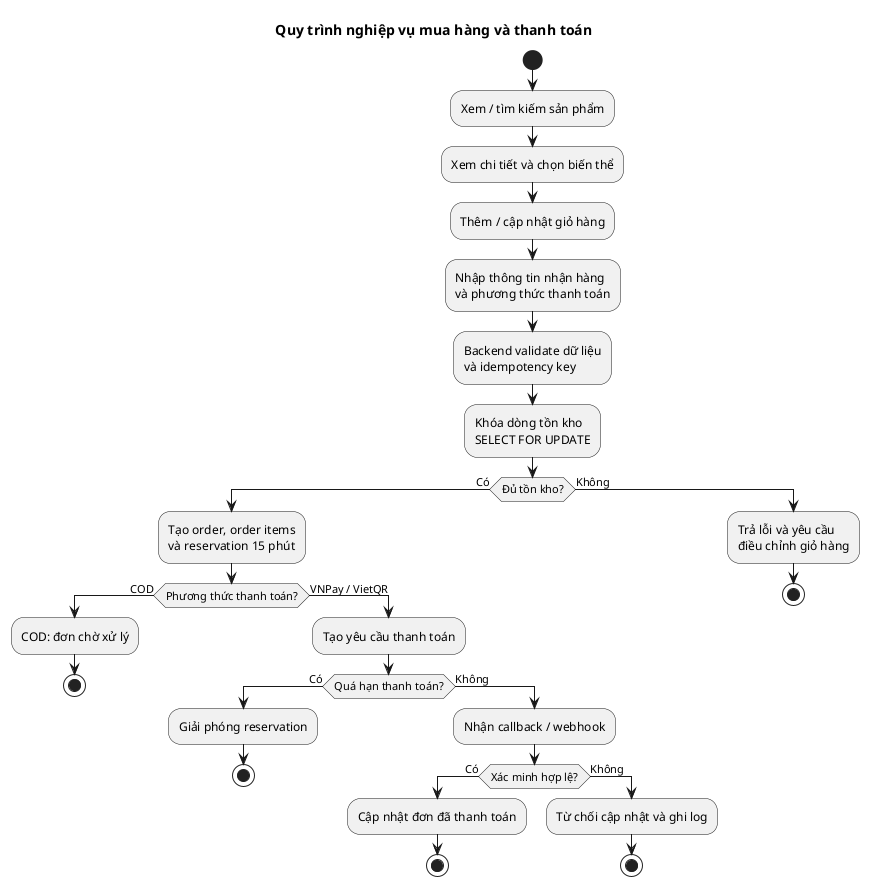
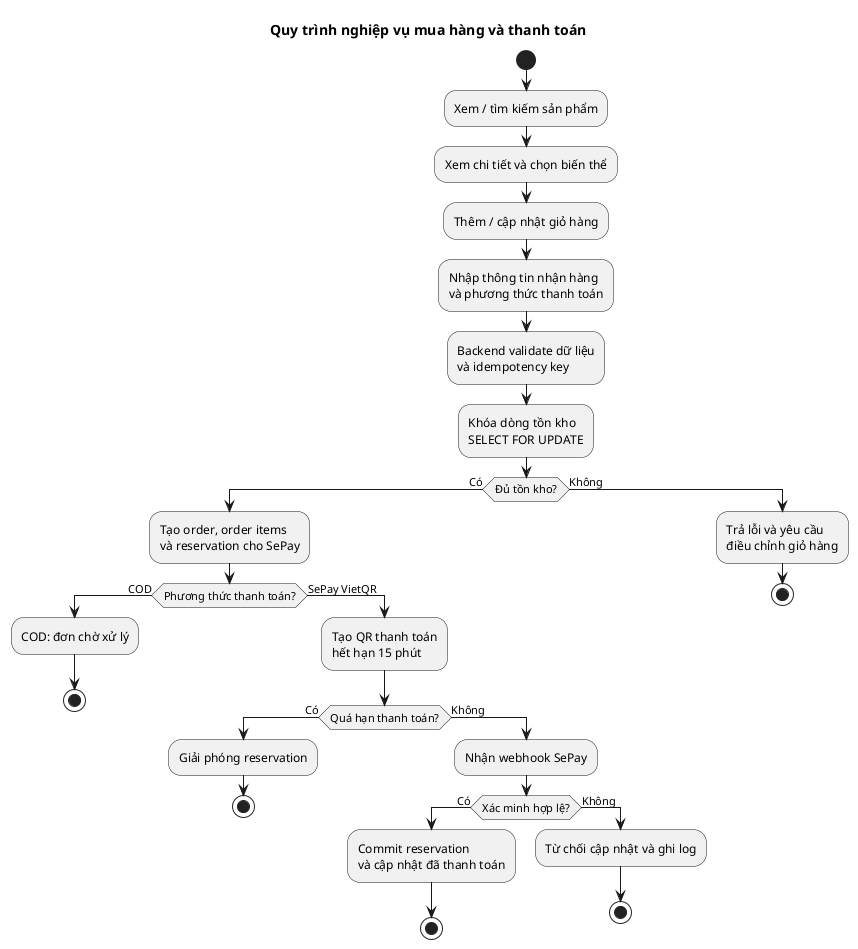
@startuml

title Quy trình nghiệp vụ mua hàng và thanh toán

start
:Xem / tìm kiếm sản phẩm;
:Xem chi tiết và chọn biến thể;
:Thêm / cập nhật giỏ hàng;
:Nhập thông tin nhận hàng\nvà phương thức thanh toán;
:Backend validate dữ liệu\nvà idempotency key;
:Khóa dòng tồn kho\nSELECT FOR UPDATE;

if (Đủ tồn kho?) then (Có)
-   :Tạo order, order items\nvà reservation 15 phút;
+   :Tạo order, order items\nvà reservation cho SePay;
  if (Phương thức thanh toán?) then (COD)
    :COD: đơn chờ xử lý;
    stop
-   else (VNPay / VietQR)
-     :Tạo yêu cầu thanh toán;
+   else (SePay VietQR)
+     :Tạo QR thanh toán\nhết hạn 15 phút;
    if (Quá hạn thanh toán?) then (Có)
      :Giải phóng reservation;
      stop
    else (Không)
-       :Nhận callback / webhook;
+       :Nhận webhook SePay;
      if (Xác minh hợp lệ?) then (Có)
-         :Cập nhật đơn đã thanh toán;
+         :Commit reservation\nvà cập nhật đã thanh toán;
        stop
      else (Không)
        :Từ chối cập nhật và ghi log;
        stop
      endif
    endif
  endif
else (Không)
  :Trả lỗi và yêu cầu\nđiều chỉnh giỏ hàng;
  stop
endif
@enduml
